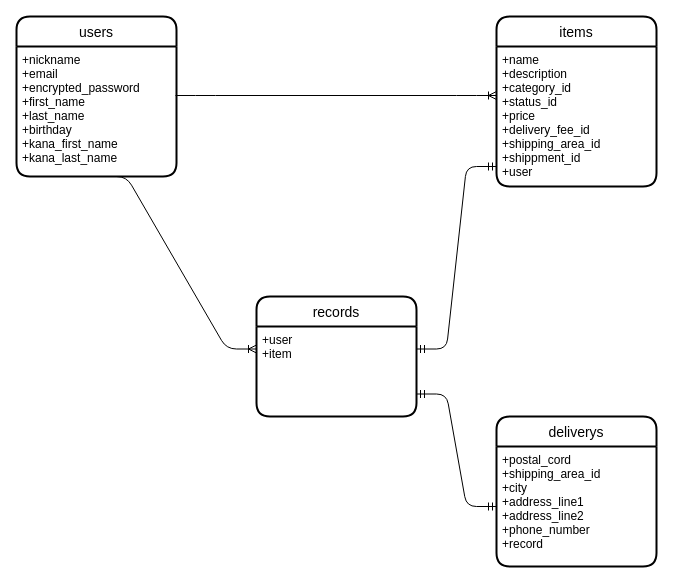
Above: ER.dio in 09200515/furima-34564 (draw.io), before the change. Source tidied: cells renumbered, new cells numbered last; positions are measured from the earlier drawing's top-left corner, leaving out a move shared by most shapes. Both pictures are drawn from the tidied source at 100%, with x=0, y=0 at pixel (16, 16).
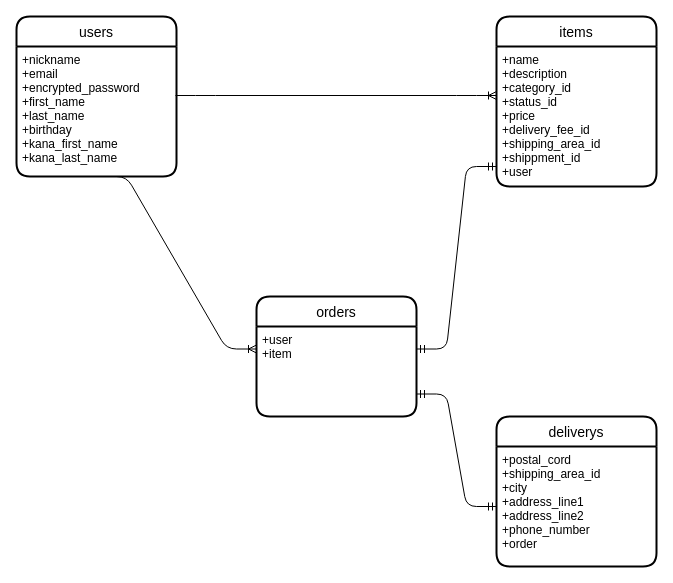
The same page after the edit.

Commit message (it also covers changes not shown here):
readmeとer図にテーブル名の変更を記述

The edit, as a diff of the source:
```diff
@@
 <mxGraphModel>
   <root>
     <mxCell id="0" />
     <mxCell id="1" parent="0" />
     <mxCell id="2" value="users" style="swimlane;horizontal=1;startSize=30;rounded=1;fontSize=14;fontStyle=0;strokeWidth=2;shadow=0;dashed=0;align=center;" parent="1" vertex="1">
       <mxGeometry width="160" height="160" as="geometry" />
     </mxCell>
     <mxCell id="3" value="+nickname&#10;+email&#10;+encrypted_password&#10;+first_name&#10;+last_name&#10;+birthday&#10;+kana_first_name&#10;+kana_last_name&#10;" style="align=left;strokeColor=none;fillColor=none;spacingLeft=4;fontSize=12;verticalAlign=top;" parent="2" vertex="1">
       <mxGeometry y="30" width="160" height="130" as="geometry" />
     </mxCell>
     <mxCell id="4" value="items" style="swimlane;horizontal=1;startSize=30;rounded=1;fontSize=14;fontStyle=0;strokeWidth=2;shadow=0;dashed=0;align=center;" parent="1" vertex="1">
       <mxGeometry x="480" width="160" height="170" as="geometry" />
     </mxCell>
     <mxCell id="5" value="+name&#10;+description&#10;+category_id&#10;+status_id&#10;+price&#10;+delivery_fee_id&#10;+shipping_area_id&#10;+shippment_id&#10;+user" style="align=left;strokeColor=none;fillColor=none;spacingLeft=4;fontSize=12;verticalAlign=top;" parent="4" vertex="1">
       <mxGeometry y="30" width="160" height="140" as="geometry" />
     </mxCell>
-    <mxCell id="6" value="records" style="swimlane;horizontal=1;startSize=30;rounded=1;fontSize=14;fontStyle=0;strokeWidth=2;shadow=0;dashed=0;align=center;" parent="1" vertex="1">
+    <mxCell id="6" value="orders" style="swimlane;horizontal=1;startSize=30;rounded=1;fontSize=14;fontStyle=0;strokeWidth=2;shadow=0;dashed=0;align=center;" parent="1" vertex="1">
       <mxGeometry x="240" y="280" width="160" height="120" as="geometry" />
     </mxCell>
     <mxCell id="7" value="+user&#10;+item" style="align=left;strokeColor=none;fillColor=none;spacingLeft=4;fontSize=12;verticalAlign=top;" parent="6" vertex="1">
       <mxGeometry y="30" width="160" height="90" as="geometry" />
     </mxCell>
     <mxCell id="8" value="deliverys" style="swimlane;horizontal=1;startSize=30;rounded=1;fontSize=14;fontStyle=0;strokeWidth=2;shadow=0;dashed=0;align=center;" parent="1" vertex="1">
       <mxGeometry x="480" y="400" width="160" height="150" as="geometry" />
     </mxCell>
-    <mxCell id="9" value="+postal_cord&#10;+shipping_area_id&#10;+city&#10;+address_line1&#10;+address_line2&#10;+phone_number&#10;+record" style="align=left;strokeColor=none;fillColor=none;spacingLeft=4;fontSize=12;verticalAlign=top;" parent="8" vertex="1">
+    <mxCell id="9" value="+postal_cord&#10;+shipping_area_id&#10;+city&#10;+address_line1&#10;+address_line2&#10;+phone_number&#10;+order" style="align=left;strokeColor=none;fillColor=none;spacingLeft=4;fontSize=12;verticalAlign=top;" parent="8" vertex="1">
       <mxGeometry y="30" width="160" height="120" as="geometry" />
     </mxCell>
     <mxCell id="10" style="edgeStyle=entityRelationEdgeStyle;fontSize=12;html=1;endArrow=ERoneToMany;" parent="1" edge="1">
       <mxGeometry relative="1" as="geometry">
         <mxPoint x="159" y="79" as="sourcePoint" />
         <mxPoint x="480" y="79" as="targetPoint" />
       </mxGeometry>
     </mxCell>
     <mxCell id="11" style="edgeStyle=entityRelationEdgeStyle;fontSize=12;html=1;endArrow=ERoneToMany;entryX=0;entryY=0.25;entryDx=0;entryDy=0;exitX=0.5;exitY=1;exitDx=0;exitDy=0;" parent="1" edge="1" source="3" target="7">
       <mxGeometry relative="1" as="geometry" />
     </mxCell>
     <mxCell id="12" style="edgeStyle=entityRelationEdgeStyle;fontSize=12;html=1;endArrow=ERmandOne;startArrow=ERmandOne;exitX=1;exitY=0.25;exitDx=0;exitDy=0;" parent="1" edge="1" source="7">
       <mxGeometry relative="1" as="geometry">
         <mxPoint x="480" y="150" as="targetPoint" />
       </mxGeometry>
     </mxCell>
     <mxCell id="13" style="edgeStyle=entityRelationEdgeStyle;fontSize=12;html=1;endArrow=ERmandOne;startArrow=ERmandOne;exitX=1;exitY=0.75;exitDx=0;exitDy=0;entryX=0;entryY=0.5;entryDx=0;entryDy=0;" parent="1" edge="1" source="7" target="9">
       <mxGeometry relative="1" as="geometry" />
     </mxCell>
   </root>
 </mxGraphModel>
```
